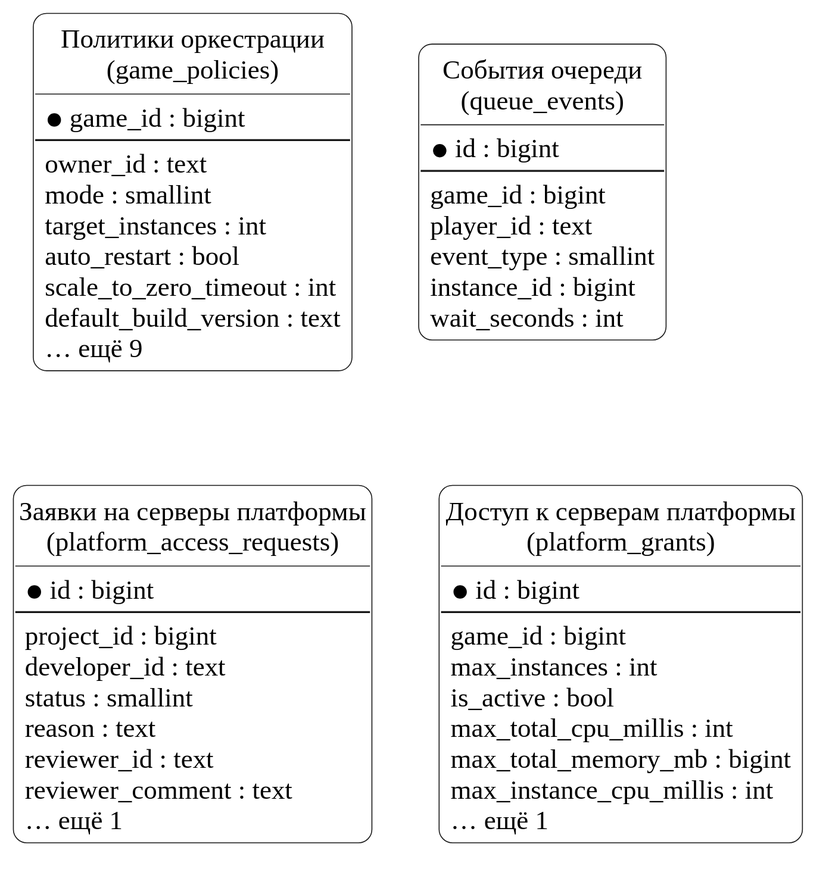
Before: docs/data-model/orchestrator-policies.svg, a diagram exported from PlantUML (Be4Die/game-developer-hub).
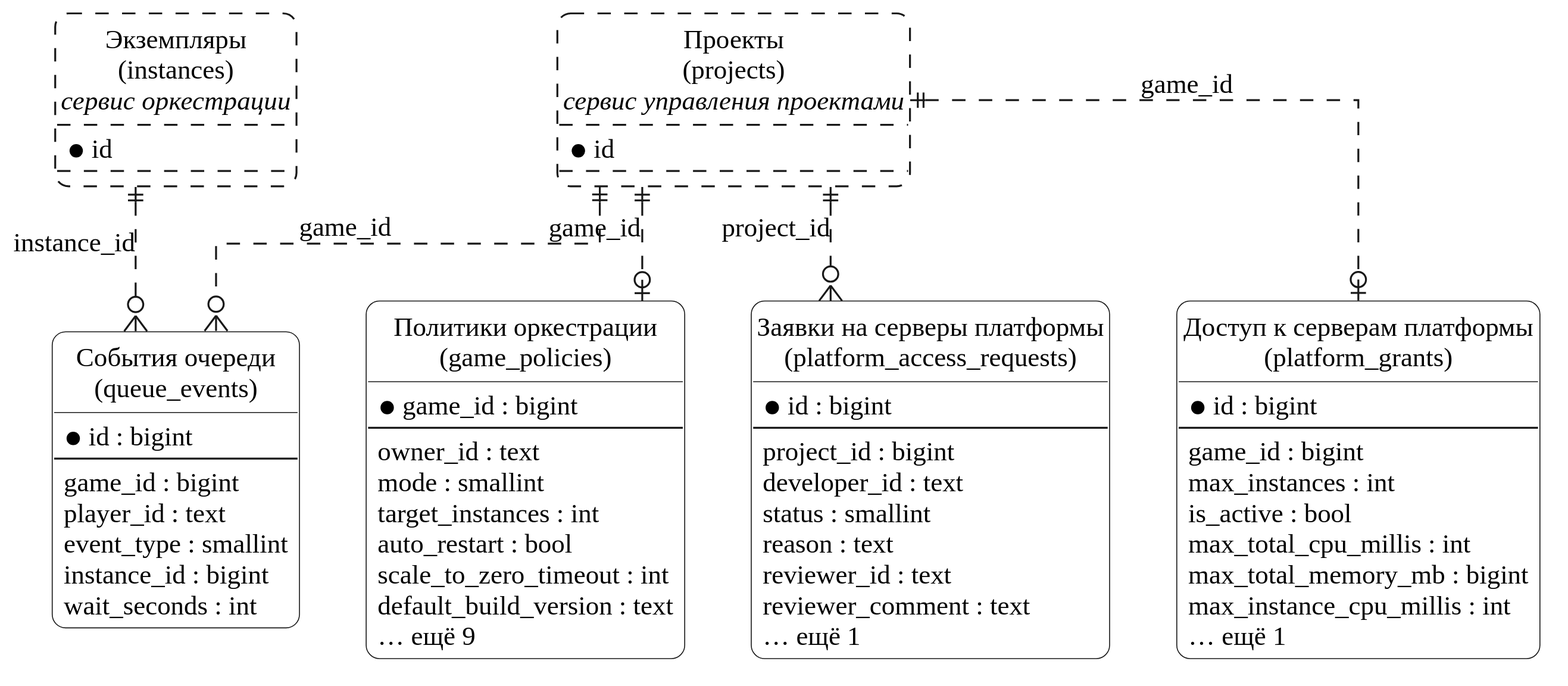
The same file after the commit.

Change to the diagram source:
```diff
@@ -45,4 +45,15 @@
   max_instance_cpu_millis : int
   … ещё 1
 }
+entity "Экземпляры\n(instances)\n<i>сервис оркестрации</i>" as instances #line.dashed {
+  * id
+}
+entity "Проекты\n(projects)\n<i>сервис управления проектами</i>" as projects #line.dashed {
+  * id
+}
+projects ||..o| game_policies : game_id
+projects ||..o{ queue_events : game_id
+instances ||..o{ queue_events : instance_id
+projects ||..o{ platform_access_requests : project_id
+projects ||..o| platform_grants : game_id
 @enduml
```
